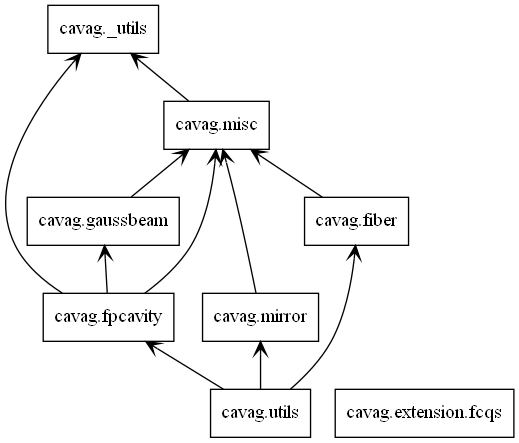
Above: docs/_assets/picture/uml/cavag_uml.png in bobdadada/cavag (Graphviz), before the change. Its source is kept beside it as docs/_assets/picture/uml/cavag_uml.dot.
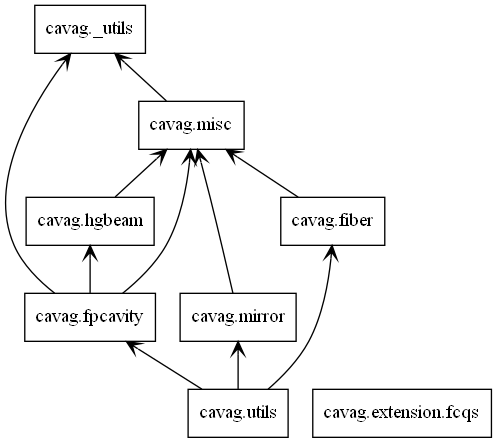
Later version of the same file.

Diff of the diagram source:
```diff
@@ -5,7 +5,7 @@
 "3" [label="cavag.extension.fcqs", shape="box"];
 "4" [label="cavag.fiber", shape="box"];
 "5" [label="cavag.fpcavity", shape="box"];
-"6" [label="cavag.gaussbeam", shape="box"];
+"6" [label="cavag.hgbeam", shape="box"];
 "7" [label="cavag.mirror", shape="box"];
 "8" [label="cavag.misc", shape="box"];
 "9" [label="cavag.utils", shape="box"];
```
